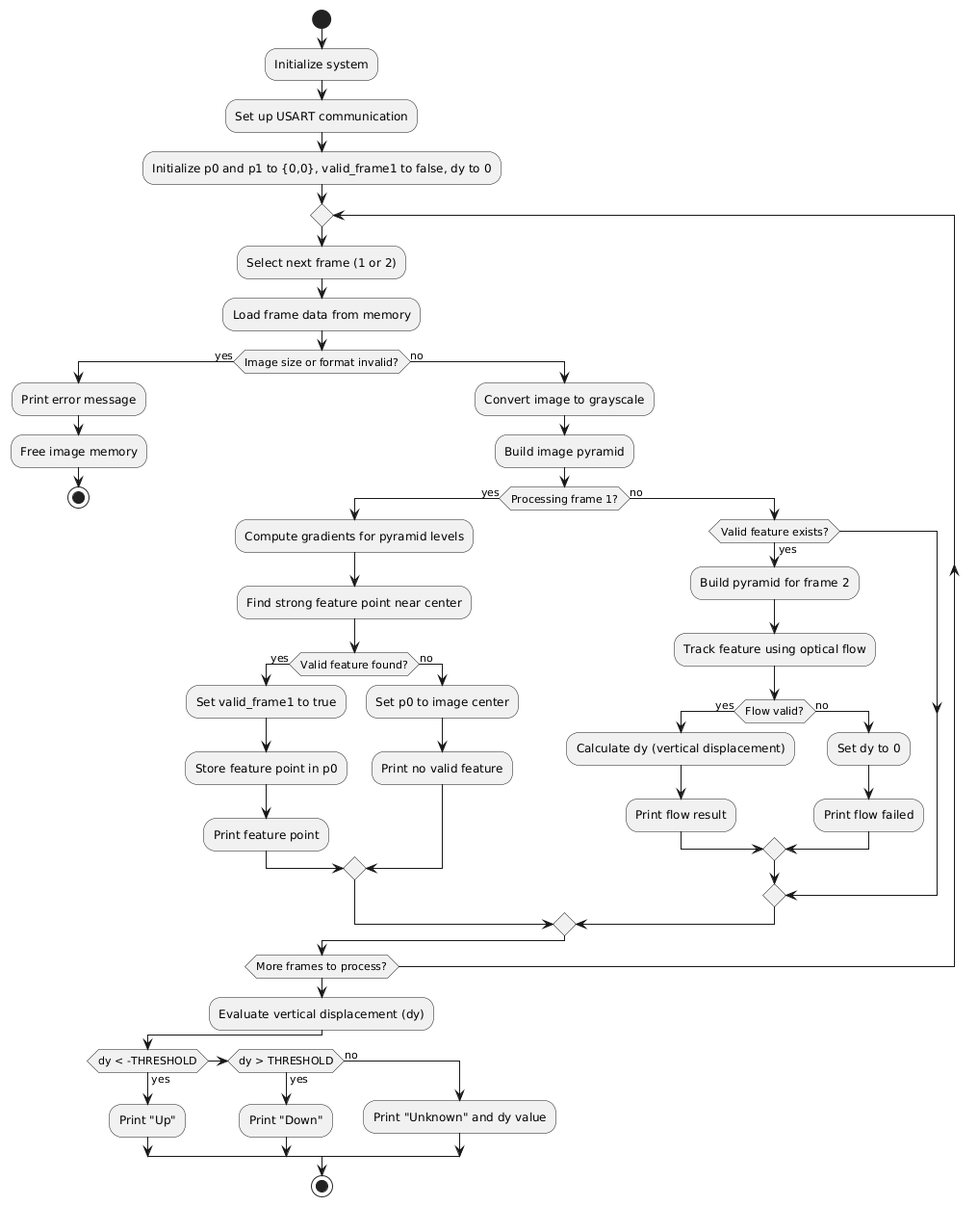
The PlantUML diagram assets/appflow.png in NVDnguyen/optical_flow, before a commit. Its diagram source:
```plantuml
@startuml
start

:Initialize system;
:Set up USART communication;
:Initialize p0 and p1 to {0,0}, valid_frame1 to false, dy to 0;

repeat
  :Select next frame (1 or 2);
  :Load frame data from memory;
  if (Image size or format invalid?) then (yes)
    :Print error message;
    :Free image memory;
    stop
  else (no)
    :Convert image to grayscale;
    :Build image pyramid;

    if (Processing frame 1?) then (yes)
      :Compute gradients for pyramid levels;
      :Find strong feature point near center;
      if (Valid feature found?) then (yes)
        :Set valid_frame1 to true;
        :Store feature point in p0;
        :Print feature point;
      else (no)
        :Set p0 to image center;
        :Print no valid feature;
      endif
    else (no)
      if (Valid feature exists?) then (yes)
        :Build pyramid for frame 2;
        :Track feature using optical flow;
        if (Flow valid?) then (yes)
          :Calculate dy (vertical displacement);
          :Print flow result;
        else (no)
          :Set dy to 0;
          :Print flow failed;
        endif
      endif
    endif
  endif
repeat while (More frames to process?)

:Evaluate vertical displacement (dy);
if (dy < -THRESHOLD) then (yes)
  :Print "Up";
else if (dy > THRESHOLD) then (yes)
  :Print "Down";
else (no)
  :Print "Unknown" and dy value;
endif

stop
@enduml
```
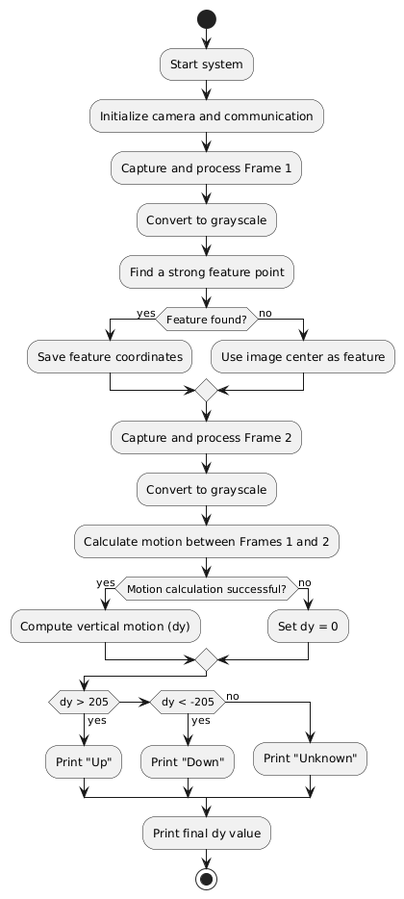
After the change.

Change to the diagram source:
```diff
@@ -1,56 +1,36 @@
 @startuml
 start
+:Start system;
+:Initialize camera and communication;
 
-:Initialize system;
-:Set up USART communication;
-:Initialize p0 and p1 to {0,0}, valid_frame1 to false, dy to 0;
+:Capture and process Frame 1;
+:Convert to grayscale;
+:Find a strong feature point;
+if (Feature found?) then (yes)
+    :Save feature coordinates;
+else (no)
+    :Use image center as feature;
+endif
 
-repeat
-  :Select next frame (1 or 2);
-  :Load frame data from memory;
-  if (Image size or format invalid?) then (yes)
-    :Print error message;
-    :Free image memory;
-    stop
-  else (no)
-    :Convert image to grayscale;
-    :Build image pyramid;
+:Capture and process Frame 2;
+:Convert to grayscale;
 
-    if (Processing frame 1?) then (yes)
-      :Compute gradients for pyramid levels;
-      :Find strong feature point near center;
-      if (Valid feature found?) then (yes)
-        :Set valid_frame1 to true;
-        :Store feature point in p0;
-        :Print feature point;
-      else (no)
-        :Set p0 to image center;
-        :Print no valid feature;
-      endif
-    else (no)
-      if (Valid feature exists?) then (yes)
-        :Build pyramid for frame 2;
-        :Track feature using optical flow;
-        if (Flow valid?) then (yes)
-          :Calculate dy (vertical displacement);
-          :Print flow result;
-        else (no)
-          :Set dy to 0;
-          :Print flow failed;
-        endif
-      endif
-    endif
-  endif
-repeat while (More frames to process?)
+:Calculate motion between Frames 1 and 2;
+if (Motion calculation successful?) then (yes)
+    :Compute vertical motion (dy);
+else (no)
+    :Set dy = 0;
+endif
 
-:Evaluate vertical displacement (dy);
-if (dy < -THRESHOLD) then (yes)
-  :Print "Up";
-else if (dy > THRESHOLD) then (yes)
-  :Print "Down";
+if (dy > 205) then (yes)
+    :Print "Up";
+else if (dy < -205) then (yes)
+    :Print "Down";
 else (no)
-  :Print "Unknown" and dy value;
+    :Print "Unknown";
 endif
+
+:Print final dy value;
 
 stop
 @enduml
```
